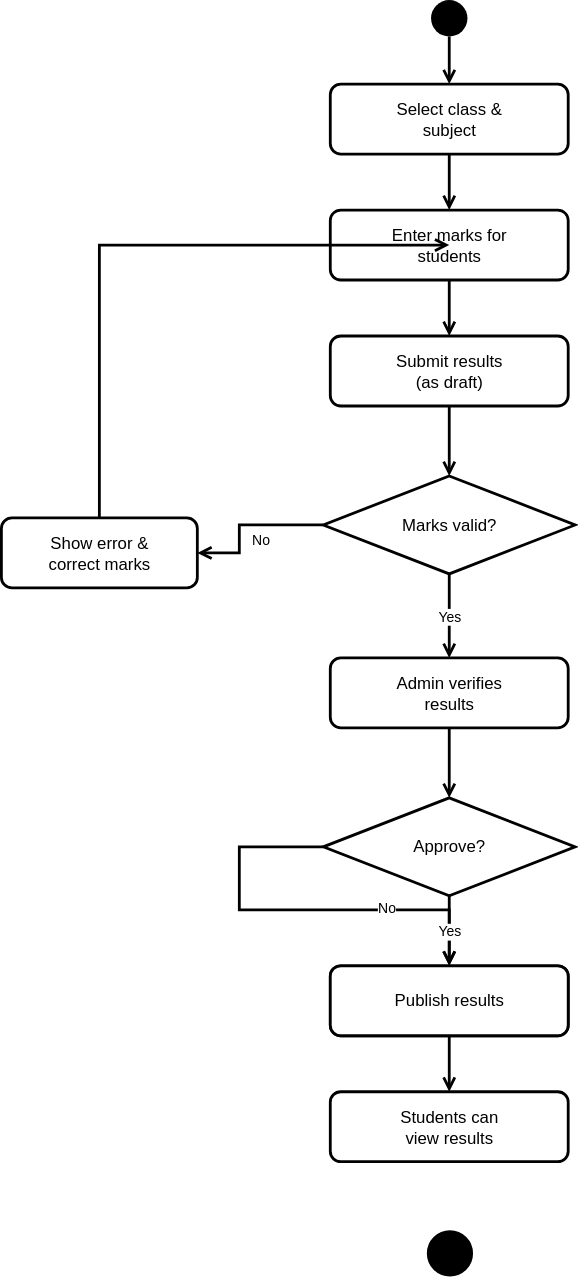
This is design/activity-diagrams/result-publication-activity.svg from blissed-out/cse_220_week_8, a draw.io export, as it was before one commit. Source tidied: cells renumbered, new cells last; positions are measured from the earlier drawing's top-left corner, leaving out a move shared by most shapes. Source of this version:
```xml
<mxGraphModel background="#FFFFFF">
  <root>
    <mxCell id="0" />
    <mxCell id="1" parent="0" />
    <mxCell id="2" style="ellipse;shape=ellipse;fillColor=#000000;strokeColor=none;html=1;" parent="1" vertex="1">
      <mxGeometry x="307" width="26" height="26" as="geometry" />
    </mxCell>
    <mxCell id="3" value="Select class &amp;&#10;subject" style="rounded=1;whiteSpace=wrap;html=1;fillColor=#ffffff;strokeColor=#000000;fontSize=12;strokeWidth=2;fontColor=#000000;" parent="1" vertex="1">
      <mxGeometry x="235" y="60" width="170" height="50" as="geometry" />
    </mxCell>
    <mxCell id="4" value="Enter marks for&#10;students" style="rounded=1;whiteSpace=wrap;html=1;fillColor=#ffffff;strokeColor=#000000;fontSize=12;strokeWidth=2;fontColor=#000000;" parent="1" vertex="1">
      <mxGeometry x="235" y="150" width="170" height="50" as="geometry" />
    </mxCell>
    <mxCell id="5" value="Submit results&#10;(as draft)" style="rounded=1;whiteSpace=wrap;html=1;fillColor=#ffffff;strokeColor=#000000;fontSize=12;strokeWidth=2;fontColor=#000000;" parent="1" vertex="1">
      <mxGeometry x="235" y="240" width="170" height="50" as="geometry" />
    </mxCell>
    <mxCell id="6" value="Marks valid?" style="shape=rhombus;whiteSpace=wrap;html=1;fillColor=#ffffff;strokeColor=#000000;fontSize=12;strokeWidth=2;fontColor=#000000;" parent="1" vertex="1">
      <mxGeometry x="230" y="340" width="180" height="70" as="geometry" />
    </mxCell>
    <mxCell id="7" value="Show error &amp;&#10;correct marks" style="rounded=1;whiteSpace=wrap;html=1;fillColor=#ffffff;strokeColor=#000000;fontSize=12;strokeWidth=2;fontColor=#000000;" parent="1" vertex="1">
      <mxGeometry y="370" width="140" height="50" as="geometry" />
    </mxCell>
    <mxCell id="8" value="Admin verifies&#10;results" style="rounded=1;whiteSpace=wrap;html=1;fillColor=#ffffff;strokeColor=#000000;fontSize=12;strokeWidth=2;fontColor=#000000;" parent="1" vertex="1">
      <mxGeometry x="235" y="470" width="170" height="50" as="geometry" />
    </mxCell>
    <mxCell id="9" value="Approve?" style="shape=rhombus;whiteSpace=wrap;html=1;fillColor=#ffffff;strokeColor=#000000;fontSize=12;strokeWidth=2;fontColor=#000000;" parent="1" vertex="1">
      <mxGeometry x="230" y="570" width="180" height="70" as="geometry" />
    </mxCell>
    <mxCell id="10" value="Send back for&#10;revision" style="rounded=1;whiteSpace=wrap;html=1;fillColor=#ffffff;strokeColor=#000000;fontSize=12;strokeWidth=2;fontColor=#000000;" parent="1" vertex="1">
      <mxGeometry x="235" y="690" width="170" height="50" as="geometry" />
    </mxCell>
    <mxCell id="11" value="Publish results" style="rounded=1;whiteSpace=wrap;html=1;fillColor=#ffffff;strokeColor=#000000;fontSize=12;strokeWidth=2;fontColor=#000000;" parent="1" vertex="1">
      <mxGeometry x="235" y="690" width="170" height="50" as="geometry" />
    </mxCell>
    <mxCell id="12" value="Students can&#10;view results" style="rounded=1;whiteSpace=wrap;html=1;fillColor=#ffffff;strokeColor=#000000;fontSize=12;strokeWidth=2;fontColor=#000000;" parent="1" vertex="1">
      <mxGeometry x="235" y="780" width="170" height="50" as="geometry" />
    </mxCell>
    <mxCell id="13" style="ellipse;shape=ellipse;fillColor=#000000;strokeColor=#000000;html=1;strokeWidth=3;" parent="1" vertex="1">
      <mxGeometry x="305" y="880" width="30" height="30" as="geometry" />
    </mxCell>
    <mxCell id="14" style="endArrow=open;endFill=0;html=1;rounded=0;fontSize=10;strokeWidth=2;strokeColor=#000000;" parent="1" edge="1">
      <mxGeometry as="geometry">
        <mxPoint x="320" y="26" as="sourcePoint" />
        <mxPoint x="320" y="60" as="targetPoint" />
      </mxGeometry>
    </mxCell>
    <mxCell id="15" style="endArrow=open;endFill=0;html=1;rounded=0;fontSize=10;strokeWidth=2;strokeColor=#000000;" parent="1" edge="1">
      <mxGeometry as="geometry">
        <mxPoint x="320" y="110" as="sourcePoint" />
        <mxPoint x="320" y="150" as="targetPoint" />
      </mxGeometry>
    </mxCell>
    <mxCell id="16" style="endArrow=open;endFill=0;html=1;rounded=0;fontSize=10;strokeWidth=2;strokeColor=#000000;" parent="1" edge="1">
      <mxGeometry as="geometry">
        <mxPoint x="320" y="200" as="sourcePoint" />
        <mxPoint x="320" y="240" as="targetPoint" />
      </mxGeometry>
    </mxCell>
    <mxCell id="17" style="endArrow=open;endFill=0;html=1;rounded=0;fontSize=10;strokeWidth=2;strokeColor=#000000;" parent="1" edge="1">
      <mxGeometry as="geometry">
        <mxPoint x="320" y="290" as="sourcePoint" />
        <mxPoint x="320" y="340" as="targetPoint" />
      </mxGeometry>
    </mxCell>
    <mxCell id="18" value="No" style="endArrow=open;endFill=0;html=1;rounded=0;fontSize=10;strokeWidth=2;fontColor=#000000;strokeColor=#000000;" parent="1" edge="1">
      <mxGeometry as="geometry">
        <mxPoint x="230" y="375" as="sourcePoint" />
        <mxPoint x="140" y="395" as="targetPoint" />
        <Array as="points">
          <mxPoint x="170" y="375" />
          <mxPoint x="170" y="395" />
        </Array>
      </mxGeometry>
    </mxCell>
    <mxCell id="19" style="endArrow=open;endFill=0;html=1;rounded=0;fontSize=10;strokeWidth=2;strokeColor=#000000;" parent="1" edge="1">
      <mxGeometry as="geometry">
        <mxPoint x="70" y="370" as="sourcePoint" />
        <mxPoint x="320" y="175" as="targetPoint" />
        <Array as="points">
          <mxPoint x="70" y="175" />
        </Array>
      </mxGeometry>
    </mxCell>
    <mxCell id="20" value="Yes" style="endArrow=open;endFill=0;html=1;rounded=0;fontSize=10;strokeWidth=2;fontColor=#000000;strokeColor=#000000;" parent="1" edge="1">
      <mxGeometry as="geometry">
        <mxPoint x="320" y="410" as="sourcePoint" />
        <mxPoint x="320" y="470" as="targetPoint" />
      </mxGeometry>
    </mxCell>
    <mxCell id="21" style="endArrow=open;endFill=0;html=1;rounded=0;fontSize=10;strokeWidth=2;strokeColor=#000000;" parent="1" edge="1">
      <mxGeometry as="geometry">
        <mxPoint x="320" y="520" as="sourcePoint" />
        <mxPoint x="320" y="570" as="targetPoint" />
      </mxGeometry>
    </mxCell>
    <mxCell id="22" value="No" style="endArrow=open;endFill=0;html=1;rounded=0;fontSize=10;strokeWidth=2;fontColor=#000000;strokeColor=#000000;" parent="1" edge="1">
      <mxGeometry as="geometry">
        <mxPoint x="230" y="605" as="sourcePoint" />
        <mxPoint x="320" y="690" as="targetPoint" />
        <Array as="points">
          <mxPoint x="170" y="605" />
          <mxPoint x="170" y="650" />
          <mxPoint x="320" y="650" />
        </Array>
      </mxGeometry>
    </mxCell>
    <mxCell id="23" value="Yes" style="endArrow=open;endFill=0;html=1;rounded=0;fontSize=10;strokeWidth=2;fontColor=#000000;strokeColor=#000000;" parent="1" edge="1">
      <mxGeometry as="geometry">
        <mxPoint x="320" y="640" as="sourcePoint" />
        <mxPoint x="320" y="690" as="targetPoint" />
      </mxGeometry>
    </mxCell>
    <mxCell id="24" style="endArrow=open;endFill=0;html=1;rounded=0;fontSize=10;strokeWidth=2;strokeColor=#000000;" parent="1" edge="1">
      <mxGeometry as="geometry">
        <mxPoint x="320" y="740" as="sourcePoint" />
        <mxPoint x="320" y="780" as="targetPoint" />
      </mxGeometry>
    </mxCell>
  </root>
</mxGraphModel>
```
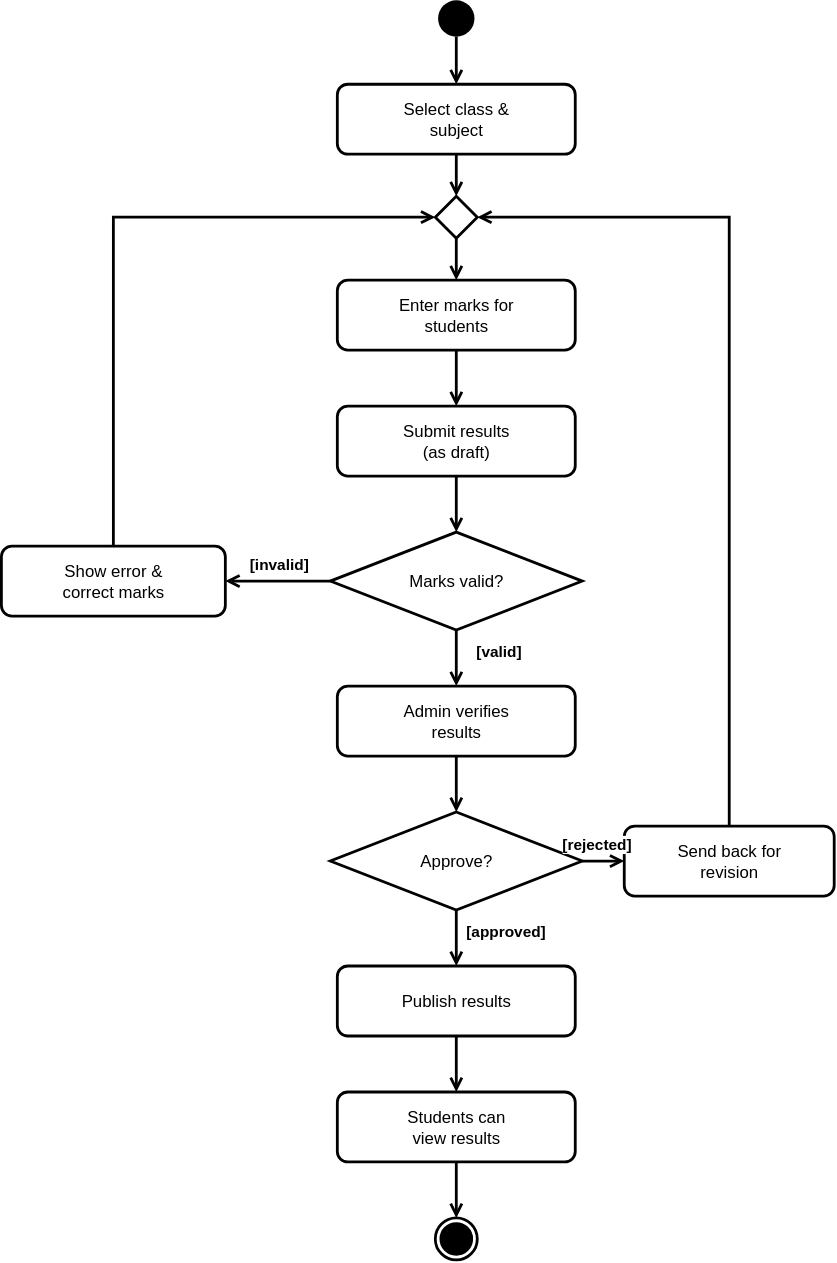
Above is the later version.

Commit message:
fix(design): standardize result publication activity diagram UML conventions

What changed in the source:
```diff
@@ -3,118 +3,137 @@
     <mxCell id="0" />
     <mxCell id="1" parent="0" />
     <mxCell id="2" style="ellipse;shape=ellipse;fillColor=#000000;strokeColor=none;html=1;" parent="1" vertex="1">
-      <mxGeometry x="307" width="26" height="26" as="geometry" />
+      <mxGeometry x="302" width="26" height="26" as="geometry" />
     </mxCell>
     <mxCell id="3" value="Select class &amp;&#10;subject" style="rounded=1;whiteSpace=wrap;html=1;fillColor=#ffffff;strokeColor=#000000;fontSize=12;strokeWidth=2;fontColor=#000000;" parent="1" vertex="1">
-      <mxGeometry x="235" y="60" width="170" height="50" as="geometry" />
+      <mxGeometry x="230" y="60" width="170" height="50" as="geometry" />
     </mxCell>
+    <mxCell id="25" style="shape=rhombus;whiteSpace=wrap;html=1;fillColor=#ffffff;strokeColor=#000000;strokeWidth=2;" parent="1" vertex="1">
+      <mxGeometry x="300" y="140" width="30" height="30" as="geometry" />
+    </mxCell>
     <mxCell id="4" value="Enter marks for&#10;students" style="rounded=1;whiteSpace=wrap;html=1;fillColor=#ffffff;strokeColor=#000000;fontSize=12;strokeWidth=2;fontColor=#000000;" parent="1" vertex="1">
-      <mxGeometry x="235" y="150" width="170" height="50" as="geometry" />
+      <mxGeometry x="230" y="200" width="170" height="50" as="geometry" />
     </mxCell>
     <mxCell id="5" value="Submit results&#10;(as draft)" style="rounded=1;whiteSpace=wrap;html=1;fillColor=#ffffff;strokeColor=#000000;fontSize=12;strokeWidth=2;fontColor=#000000;" parent="1" vertex="1">
-      <mxGeometry x="235" y="240" width="170" height="50" as="geometry" />
+      <mxGeometry x="230" y="290" width="170" height="50" as="geometry" />
     </mxCell>
     <mxCell id="6" value="Marks valid?" style="shape=rhombus;whiteSpace=wrap;html=1;fillColor=#ffffff;strokeColor=#000000;fontSize=12;strokeWidth=2;fontColor=#000000;" parent="1" vertex="1">
-      <mxGeometry x="230" y="340" width="180" height="70" as="geometry" />
+      <mxGeometry x="225" y="380" width="180" height="70" as="geometry" />
     </mxCell>
     <mxCell id="7" value="Show error &amp;&#10;correct marks" style="rounded=1;whiteSpace=wrap;html=1;fillColor=#ffffff;strokeColor=#000000;fontSize=12;strokeWidth=2;fontColor=#000000;" parent="1" vertex="1">
-      <mxGeometry y="370" width="140" height="50" as="geometry" />
+      <mxGeometry x="-10" y="390" width="160" height="50" as="geometry" />
     </mxCell>
     <mxCell id="8" value="Admin verifies&#10;results" style="rounded=1;whiteSpace=wrap;html=1;fillColor=#ffffff;strokeColor=#000000;fontSize=12;strokeWidth=2;fontColor=#000000;" parent="1" vertex="1">
-      <mxGeometry x="235" y="470" width="170" height="50" as="geometry" />
+      <mxGeometry x="230" y="490" width="170" height="50" as="geometry" />
     </mxCell>
     <mxCell id="9" value="Approve?" style="shape=rhombus;whiteSpace=wrap;html=1;fillColor=#ffffff;strokeColor=#000000;fontSize=12;strokeWidth=2;fontColor=#000000;" parent="1" vertex="1">
-      <mxGeometry x="230" y="570" width="180" height="70" as="geometry" />
+      <mxGeometry x="225" y="580" width="180" height="70" as="geometry" />
     </mxCell>
     <mxCell id="10" value="Send back for&#10;revision" style="rounded=1;whiteSpace=wrap;html=1;fillColor=#ffffff;strokeColor=#000000;fontSize=12;strokeWidth=2;fontColor=#000000;" parent="1" vertex="1">
-      <mxGeometry x="235" y="690" width="170" height="50" as="geometry" />
+      <mxGeometry x="435" y="590" width="150" height="50" as="geometry" />
     </mxCell>
     <mxCell id="11" value="Publish results" style="rounded=1;whiteSpace=wrap;html=1;fillColor=#ffffff;strokeColor=#000000;fontSize=12;strokeWidth=2;fontColor=#000000;" parent="1" vertex="1">
-      <mxGeometry x="235" y="690" width="170" height="50" as="geometry" />
+      <mxGeometry x="230" y="690" width="170" height="50" as="geometry" />
     </mxCell>
     <mxCell id="12" value="Students can&#10;view results" style="rounded=1;whiteSpace=wrap;html=1;fillColor=#ffffff;strokeColor=#000000;fontSize=12;strokeWidth=2;fontColor=#000000;" parent="1" vertex="1">
-      <mxGeometry x="235" y="780" width="170" height="50" as="geometry" />
+      <mxGeometry x="230" y="780" width="170" height="50" as="geometry" />
     </mxCell>
-    <mxCell id="13" style="ellipse;shape=ellipse;fillColor=#000000;strokeColor=#000000;html=1;strokeWidth=3;" parent="1" vertex="1">
-      <mxGeometry x="305" y="880" width="30" height="30" as="geometry" />
+    <mxCell id="13" style="ellipse;html=1;shape=endState;fillColor=#000000;strokeColor=#000000;strokeWidth=2;" parent="1" vertex="1">
+      <mxGeometry x="300" y="870" width="30" height="30" as="geometry" />
     </mxCell>
     <mxCell id="14" style="endArrow=open;endFill=0;html=1;rounded=0;fontSize=10;strokeWidth=2;strokeColor=#000000;" parent="1" edge="1">
       <mxGeometry as="geometry">
-        <mxPoint x="320" y="26" as="sourcePoint" />
-        <mxPoint x="320" y="60" as="targetPoint" />
+        <mxPoint x="315" y="26" as="sourcePoint" />
+        <mxPoint x="315" y="60" as="targetPoint" />
       </mxGeometry>
     </mxCell>
     <mxCell id="15" style="endArrow=open;endFill=0;html=1;rounded=0;fontSize=10;strokeWidth=2;strokeColor=#000000;" parent="1" edge="1">
       <mxGeometry as="geometry">
-        <mxPoint x="320" y="110" as="sourcePoint" />
-        <mxPoint x="320" y="150" as="targetPoint" />
+        <mxPoint x="315" y="110" as="sourcePoint" />
+        <mxPoint x="315" y="140" as="targetPoint" />
       </mxGeometry>
     </mxCell>
     <mxCell id="16" style="endArrow=open;endFill=0;html=1;rounded=0;fontSize=10;strokeWidth=2;strokeColor=#000000;" parent="1" edge="1">
       <mxGeometry as="geometry">
-        <mxPoint x="320" y="200" as="sourcePoint" />
-        <mxPoint x="320" y="240" as="targetPoint" />
+        <mxPoint x="315" y="170" as="sourcePoint" />
+        <mxPoint x="315" y="200" as="targetPoint" />
       </mxGeometry>
     </mxCell>
     <mxCell id="17" style="endArrow=open;endFill=0;html=1;rounded=0;fontSize=10;strokeWidth=2;strokeColor=#000000;" parent="1" edge="1">
       <mxGeometry as="geometry">
-        <mxPoint x="320" y="290" as="sourcePoint" />
-        <mxPoint x="320" y="340" as="targetPoint" />
+        <mxPoint x="315" y="250" as="sourcePoint" />
+        <mxPoint x="315" y="290" as="targetPoint" />
       </mxGeometry>
     </mxCell>
-    <mxCell id="18" value="No" style="endArrow=open;endFill=0;html=1;rounded=0;fontSize=10;strokeWidth=2;fontColor=#000000;strokeColor=#000000;" parent="1" edge="1">
+    <mxCell id="18" style="endArrow=open;endFill=0;html=1;rounded=0;fontSize=10;strokeWidth=2;strokeColor=#000000;" parent="1" edge="1">
       <mxGeometry as="geometry">
-        <mxPoint x="230" y="375" as="sourcePoint" />
-        <mxPoint x="140" y="395" as="targetPoint" />
-        <Array as="points">
-          <mxPoint x="170" y="375" />
-          <mxPoint x="170" y="395" />
-        </Array>
+        <mxPoint x="315" y="340" as="sourcePoint" />
+        <mxPoint x="315" y="380" as="targetPoint" />
       </mxGeometry>
     </mxCell>
-    <mxCell id="19" style="endArrow=open;endFill=0;html=1;rounded=0;fontSize=10;strokeWidth=2;strokeColor=#000000;" parent="1" edge="1">
+    <mxCell id="19" value="[invalid]" style="endArrow=open;endFill=0;html=1;rounded=0;fontSize=11;fontColor=#000000;fontStyle=1;strokeWidth=2;strokeColor=#000000;" parent="1" edge="1">
       <mxGeometry as="geometry">
-        <mxPoint x="70" y="370" as="sourcePoint" />
-        <mxPoint x="320" y="175" as="targetPoint" />
-        <Array as="points">
-          <mxPoint x="70" y="175" />
-        </Array>
+        <mxPoint x="225" y="415" as="sourcePoint" />
+        <mxPoint x="150" y="415" as="targetPoint" />
+        <mxPoint y="-12" as="offset" />
       </mxGeometry>
     </mxCell>
-    <mxCell id="20" value="Yes" style="endArrow=open;endFill=0;html=1;rounded=0;fontSize=10;strokeWidth=2;fontColor=#000000;strokeColor=#000000;" parent="1" edge="1">
+    <mxCell id="20" style="endArrow=open;endFill=0;html=1;rounded=0;fontSize=10;strokeWidth=2;strokeColor=#000000;" parent="1" edge="1">
       <mxGeometry as="geometry">
-        <mxPoint x="320" y="410" as="sourcePoint" />
-        <mxPoint x="320" y="470" as="targetPoint" />
+        <mxPoint x="70" y="390" as="sourcePoint" />
+        <mxPoint x="300" y="155" as="targetPoint" />
+        <Array as="points">
+          <mxPoint x="70" y="155" />
+        </Array>
       </mxGeometry>
     </mxCell>
-    <mxCell id="21" style="endArrow=open;endFill=0;html=1;rounded=0;fontSize=10;strokeWidth=2;strokeColor=#000000;" parent="1" edge="1">
+    <mxCell id="21" value="[valid]" style="endArrow=open;endFill=0;html=1;rounded=0;fontSize=11;fontColor=#000000;fontStyle=1;strokeWidth=2;strokeColor=#000000;" parent="1" edge="1">
       <mxGeometry as="geometry">
-        <mxPoint x="320" y="520" as="sourcePoint" />
-        <mxPoint x="320" y="570" as="targetPoint" />
+        <mxPoint x="315" y="450" as="sourcePoint" />
+        <mxPoint x="315" y="490" as="targetPoint" />
+        <mxPoint x="30" y="-5" as="offset" />
       </mxGeometry>
     </mxCell>
-    <mxCell id="22" value="No" style="endArrow=open;endFill=0;html=1;rounded=0;fontSize=10;strokeWidth=2;fontColor=#000000;strokeColor=#000000;" parent="1" edge="1">
+    <mxCell id="22" style="endArrow=open;endFill=0;html=1;rounded=0;fontSize=10;strokeWidth=2;strokeColor=#000000;" parent="1" edge="1">
       <mxGeometry as="geometry">
-        <mxPoint x="230" y="605" as="sourcePoint" />
-        <mxPoint x="320" y="690" as="targetPoint" />
-        <Array as="points">
-          <mxPoint x="170" y="605" />
-          <mxPoint x="170" y="650" />
-          <mxPoint x="320" y="650" />
-        </Array>
+        <mxPoint x="315" y="540" as="sourcePoint" />
+        <mxPoint x="315" y="580" as="targetPoint" />
       </mxGeometry>
     </mxCell>
-    <mxCell id="23" value="Yes" style="endArrow=open;endFill=0;html=1;rounded=0;fontSize=10;strokeWidth=2;fontColor=#000000;strokeColor=#000000;" parent="1" edge="1">
+    <mxCell id="23" value="[rejected]" style="endArrow=open;endFill=0;html=1;rounded=0;fontSize=11;fontColor=#000000;fontStyle=1;strokeWidth=2;strokeColor=#000000;" parent="1" edge="1">
       <mxGeometry as="geometry">
-        <mxPoint x="320" y="640" as="sourcePoint" />
-        <mxPoint x="320" y="690" as="targetPoint" />
+        <mxPoint x="405" y="615" as="sourcePoint" />
+        <mxPoint x="435" y="615" as="targetPoint" />
+        <mxPoint x="-5" y="-12" as="offset" />
       </mxGeometry>
     </mxCell>
     <mxCell id="24" style="endArrow=open;endFill=0;html=1;rounded=0;fontSize=10;strokeWidth=2;strokeColor=#000000;" parent="1" edge="1">
       <mxGeometry as="geometry">
-        <mxPoint x="320" y="740" as="sourcePoint" />
-        <mxPoint x="320" y="780" as="targetPoint" />
+        <mxPoint x="510" y="590" as="sourcePoint" />
+        <mxPoint x="330" y="155" as="targetPoint" />
+        <Array as="points">
+          <mxPoint x="510" y="155" />
+        </Array>
       </mxGeometry>
     </mxCell>
+    <mxCell id="26" value="[approved]" style="endArrow=open;endFill=0;html=1;rounded=0;fontSize=11;fontColor=#000000;fontStyle=1;strokeWidth=2;strokeColor=#000000;" parent="1" edge="1">
+      <mxGeometry as="geometry">
+        <mxPoint x="315" y="650" as="sourcePoint" />
+        <mxPoint x="315" y="690" as="targetPoint" />
+        <mxPoint x="35" y="-5" as="offset" />
+      </mxGeometry>
+    </mxCell>
+    <mxCell id="27" style="endArrow=open;endFill=0;html=1;rounded=0;fontSize=10;strokeWidth=2;strokeColor=#000000;" parent="1" edge="1">
+      <mxGeometry as="geometry">
+        <mxPoint x="315" y="740" as="sourcePoint" />
+        <mxPoint x="315" y="780" as="targetPoint" />
+      </mxGeometry>
+    </mxCell>
+    <mxCell id="28" style="endArrow=open;endFill=0;html=1;rounded=0;fontSize=10;strokeWidth=2;strokeColor=#000000;" parent="1" edge="1">
+      <mxGeometry as="geometry">
+        <mxPoint x="315" y="830" as="sourcePoint" />
+        <mxPoint x="315" y="870" as="targetPoint" />
+      </mxGeometry>
+    </mxCell>
   </root>
 </mxGraphModel>
```
